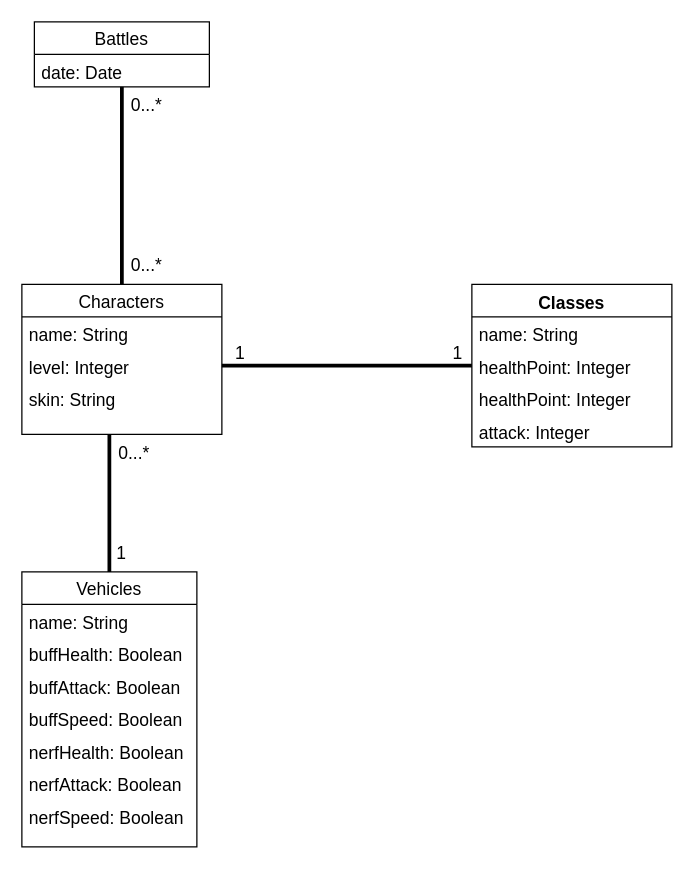
ubisoft-concurrence/game-of-the-year keeps this draw.io diagram as diagramme/diagramme.drawio. Above is the earlier version. Source tidied: cells renumbered, new cells numbered last; positions are measured from the earlier drawing's top-left corner, leaving out a move shared by most shapes. Both pictures are drawn from the tidied source at 125%, with x=0, y=0 at pixel (21, 21).
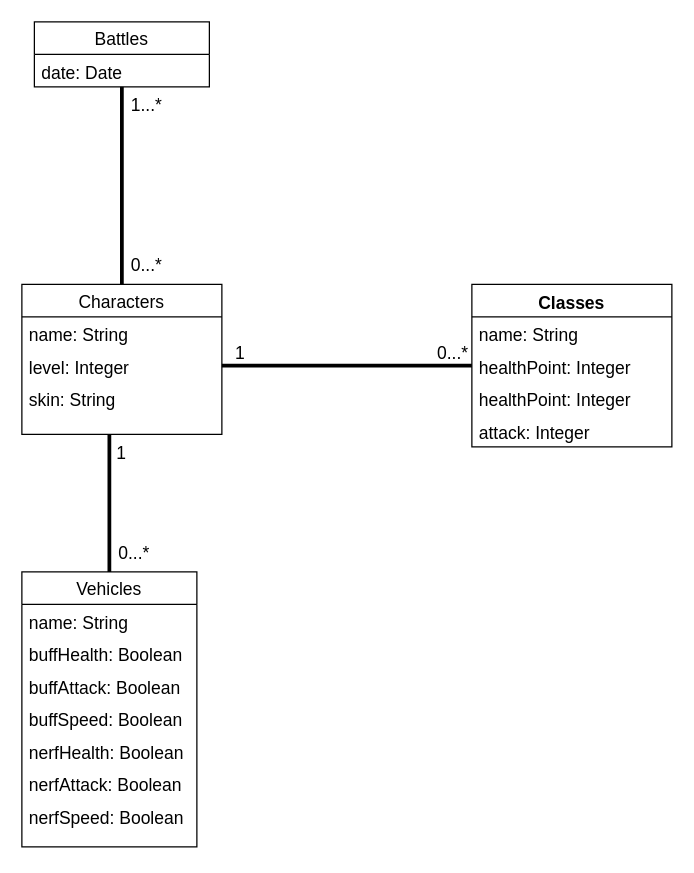
After the change.

Commit message:
update class diagram

Diff of the diagram source:
```diff
@@
-    <mxCell id="25" value="0...*" style="text;html=1;strokeColor=none;fillColor=none;align=center;verticalAlign=middle;whiteSpace=wrap;rounded=0;fontSize=14;" parent="1" vertex="1">
+    <mxCell id="25" value="1...*" style="text;html=1;strokeColor=none;fillColor=none;align=center;verticalAlign=middle;whiteSpace=wrap;rounded=0;fontSize=14;" parent="1" vertex="1">
       <mxGeometry x="80" y="52" width="40" height="30" as="geometry" />
     </mxCell>
@@
-    <mxCell id="27" value="0...*" style="text;html=1;strokeColor=none;fillColor=none;align=center;verticalAlign=middle;whiteSpace=wrap;rounded=0;fontSize=14;" parent="1" vertex="1">
-      <mxGeometry x="70" y="330" width="40" height="30" as="geometry" />
+    <mxCell id="27" value="1" style="text;html=1;strokeColor=none;fillColor=none;align=center;verticalAlign=middle;whiteSpace=wrap;rounded=0;fontSize=14;" parent="1" vertex="1">
+      <mxGeometry x="60" y="330" width="40" height="30" as="geometry" />
     </mxCell>
-    <mxCell id="28" value="1" style="text;html=1;strokeColor=none;fillColor=none;align=center;verticalAlign=middle;whiteSpace=wrap;rounded=0;fontSize=14;" parent="1" vertex="1">
-      <mxGeometry x="60" y="410" width="40" height="30" as="geometry" />
+    <mxCell id="28" value="0...*" style="text;html=1;strokeColor=none;fillColor=none;align=center;verticalAlign=middle;whiteSpace=wrap;rounded=0;fontSize=14;" parent="1" vertex="1">
+      <mxGeometry x="70" y="410" width="40" height="30" as="geometry" />
     </mxCell>
-    <mxCell id="29" value="1" style="text;html=1;strokeColor=none;fillColor=none;align=center;verticalAlign=middle;whiteSpace=wrap;rounded=0;fontSize=14;" parent="1" vertex="1">
-      <mxGeometry x="334" y="250" width="30" height="30" as="geometry" />
+    <mxCell id="29" value="0...*" style="text;html=1;strokeColor=none;fillColor=none;align=center;verticalAlign=middle;whiteSpace=wrap;rounded=0;fontSize=14;" parent="1" vertex="1">
+      <mxGeometry x="330" y="250" width="30" height="30" as="geometry" />
     </mxCell>
```
